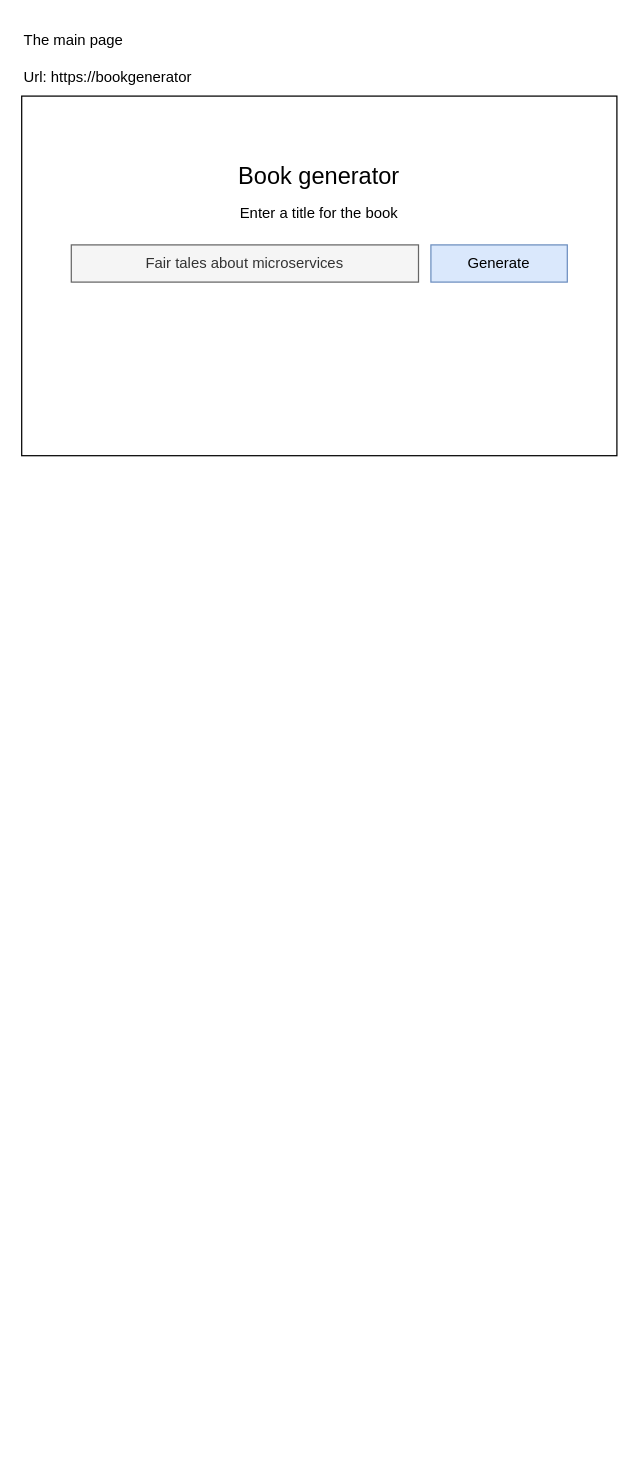
The draw.io diagram docs/BookGenerator.drawio in Mental-NV/BookGenerator, before the edit. Source tidied: cells renumbered, new cells numbered last; positions are measured from the earlier drawing's top-left corner, leaving out a move shared by most shapes. Both pictures are drawn from the tidied source at 124%, with x=0, y=0 at pixel (21, 21).
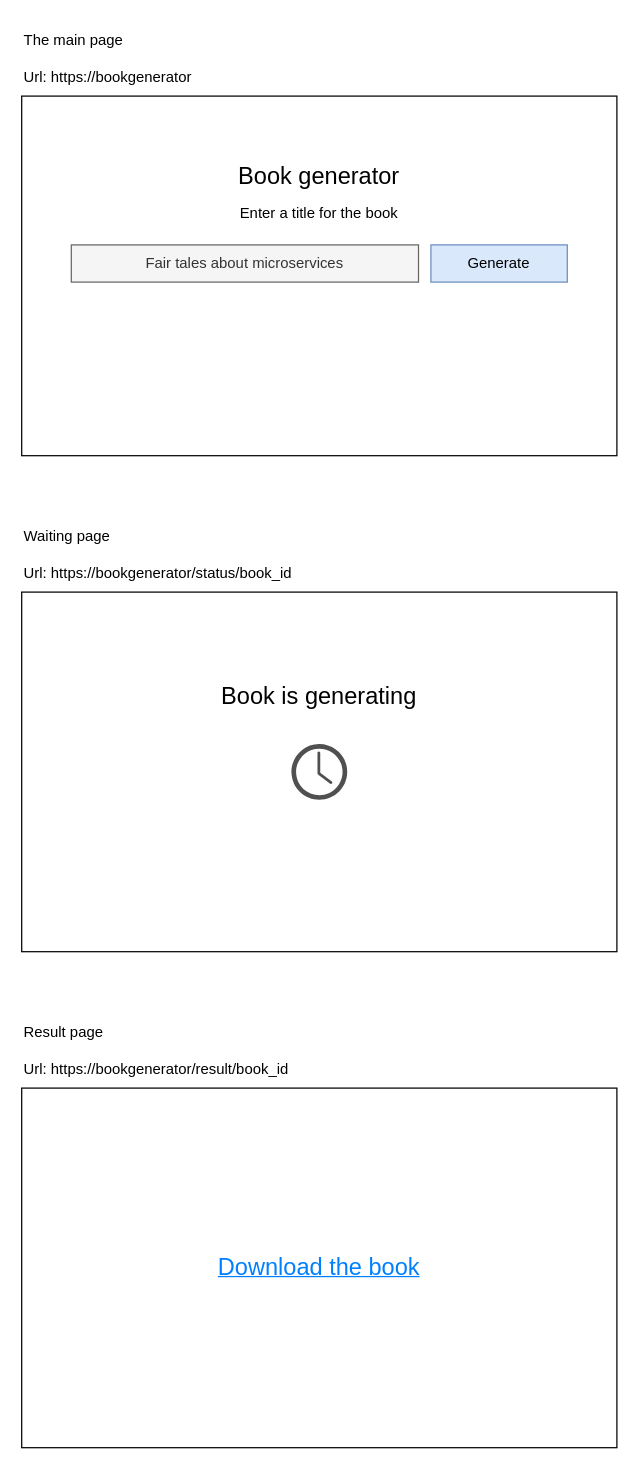
The same diagram, later.

Change to the diagram source:
```diff
@@
 <mxGraphModel>
   <root>
     <mxCell id="0" />
     <mxCell id="1" parent="0" />
     <mxCell id="2" style="rounded=0;whiteSpace=wrap;html=1;fillColor=none;" parent="1" vertex="1">
       <mxGeometry y="60" width="480" height="290" as="geometry" />
     </mxCell>
     <mxCell id="3" value="The main page" style="text;html=1;strokeColor=none;fillColor=none;align=left;verticalAlign=middle;whiteSpace=wrap;rounded=0;" parent="1" vertex="1">
       <mxGeometry width="90" height="30" as="geometry" />
     </mxCell>
     <mxCell id="4" value="Url: https://bookgenerator" style="text;html=1;strokeColor=none;fillColor=none;align=left;verticalAlign=middle;whiteSpace=wrap;rounded=0;" parent="1" vertex="1">
       <mxGeometry y="30" width="150" height="30" as="geometry" />
     </mxCell>
     <mxCell id="5" value="Book generator" style="text;html=1;strokeColor=none;fillColor=none;align=center;verticalAlign=middle;whiteSpace=wrap;rounded=0;fontSize=19;" parent="1" vertex="1">
       <mxGeometry x="165" y="110" width="150" height="30" as="geometry" />
     </mxCell>
     <mxCell id="6" value="Enter a title for the book" style="text;html=1;strokeColor=none;fillColor=none;align=center;verticalAlign=middle;whiteSpace=wrap;rounded=0;" parent="1" vertex="1">
       <mxGeometry x="166.2" y="140" width="147.5" height="30" as="geometry" />
     </mxCell>
     <mxCell id="7" value="Fair tales about microservices" style="rounded=0;whiteSpace=wrap;html=1;fillColor=#f5f5f5;fontColor=#333333;strokeColor=#666666;" parent="1" vertex="1">
       <mxGeometry x="40" y="180" width="280" height="30" as="geometry" />
     </mxCell>
     <mxCell id="8" value="Generate" style="rounded=0;whiteSpace=wrap;html=1;shadow=0;fillColor=#dae8fc;strokeColor=#6c8ebf;" parent="1" vertex="1">
       <mxGeometry x="330" y="180" width="110" height="30" as="geometry" />
     </mxCell>
+    <mxCell id="9" value="Waiting page" style="text;html=1;strokeColor=none;fillColor=none;align=left;verticalAlign=middle;whiteSpace=wrap;rounded=0;" parent="1" vertex="1">
+      <mxGeometry y="400" width="80" height="30" as="geometry" />
+    </mxCell>
+    <mxCell id="10" value="Url: https://bookgenerator/status/book_id" style="text;html=1;strokeColor=none;fillColor=none;align=left;verticalAlign=middle;whiteSpace=wrap;rounded=0;" parent="1" vertex="1">
+      <mxGeometry y="430" width="260" height="30" as="geometry" />
+    </mxCell>
+    <mxCell id="11" style="rounded=0;whiteSpace=wrap;html=1;fillColor=none;" parent="1" vertex="1">
+      <mxGeometry y="460" width="480" height="290" as="geometry" />
+    </mxCell>
+    <mxCell id="12" style="sketch=0;shadow=0;dashed=0;html=1;strokeColor=none;fillColor=#505050;labelPosition=center;verticalLabelPosition=bottom;verticalAlign=top;align=center;shape=mxgraph.office.concepts.clock;" parent="1" vertex="1">
+      <mxGeometry x="217.5" y="582.5" width="45" height="45" as="geometry" />
+    </mxCell>
+    <mxCell id="13" value="Book is generating" style="text;html=1;strokeColor=none;fillColor=none;align=center;verticalAlign=middle;whiteSpace=wrap;rounded=0;fontSize=19;" parent="1" vertex="1">
+      <mxGeometry x="130" y="530" width="220" height="30" as="geometry" />
+    </mxCell>
+    <mxCell id="14" style="rounded=0;whiteSpace=wrap;html=1;fillColor=none;" parent="1" vertex="1">
+      <mxGeometry y="860" width="480" height="290" as="geometry" />
+    </mxCell>
+    <mxCell id="15" value="Result page" style="text;html=1;strokeColor=none;fillColor=none;align=left;verticalAlign=middle;whiteSpace=wrap;rounded=0;" parent="1" vertex="1">
+      <mxGeometry y="800" width="80" height="30" as="geometry" />
+    </mxCell>
+    <mxCell id="16" value="Url: https://bookgenerator/result/book_id" style="text;html=1;strokeColor=none;fillColor=none;align=left;verticalAlign=middle;whiteSpace=wrap;rounded=0;" parent="1" vertex="1">
+      <mxGeometry y="830" width="260" height="30" as="geometry" />
+    </mxCell>
+    <mxCell id="17" value="&lt;font style=&quot;font-size: 19px;&quot;&gt;&lt;font style=&quot;font-size: 19px;&quot;&gt;Download the book&lt;/font&gt;&lt;/font&gt;" style="text;html=1;align=center;verticalAlign=middle;whiteSpace=wrap;rounded=0;fontSize=19;fontStyle=4;fillColor=none;fontColor=#0080ff;" parent="1" vertex="1">
+      <mxGeometry x="150" y="990" width="180" height="30" as="geometry" />
+    </mxCell>
   </root>
 </mxGraphModel>
```
